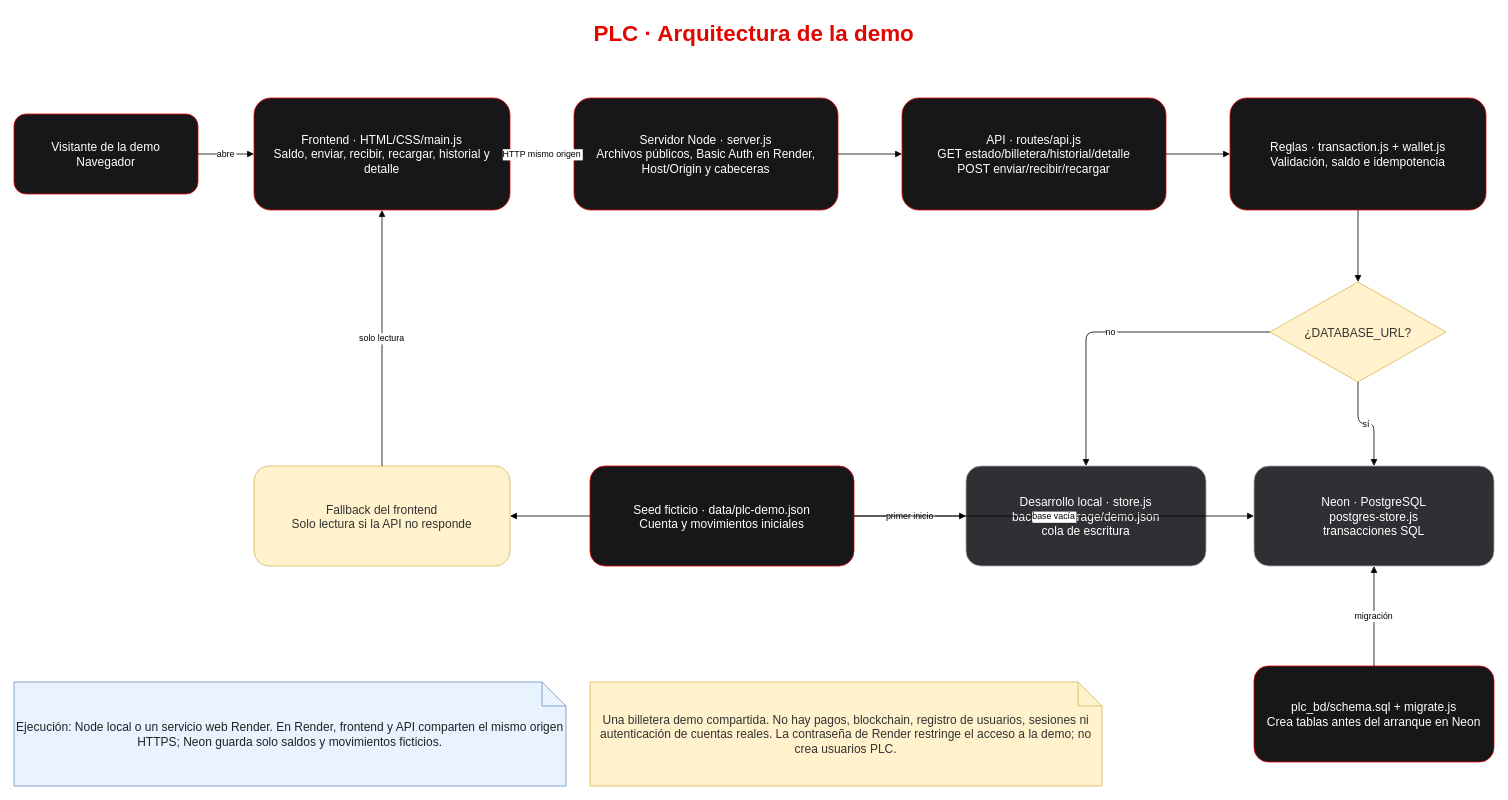
Above: docs/plc-arquitectura.drawio in ddepazos/plc (draw.io), before the change. Source tidied: cells renumbered, new cells numbered last; positions are measured from the earlier drawing's top-left corner, leaving out a move shared by most shapes. Both pictures are drawn from the tidied source at 80%, with x=0, y=0 at pixel (14, 14).
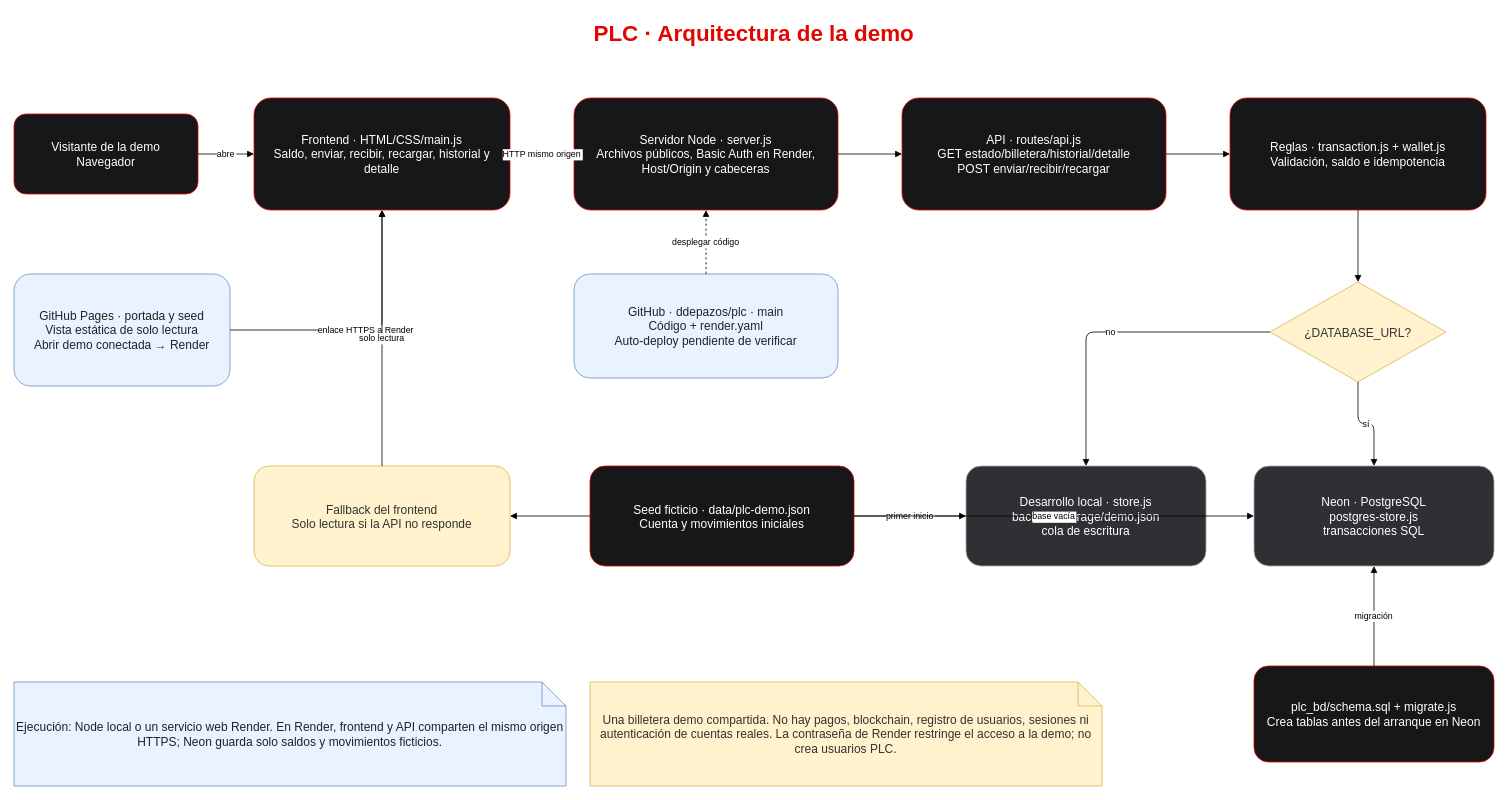
The same page after the edit.

Commit message (it also covers changes not shown here):
Link GitHub Pages to connected PLC demo and update hosting diagram

Unchanged cells that the change refers to:
```xml
<mxCell id="4" value="Frontend · HTML/CSS/main.js&#10;Saldo, enviar, recibir, recargar, historial y detalle" style="rounded=1;whiteSpace=wrap;html=0;fillColor=#171719;strokeColor=#E10600;fontColor=#FFFFFF;fontSize=15;" parent="1" vertex="1">
  <mxGeometry x="300" y="105" width="320" height="140" as="geometry" />
</mxCell>
<mxCell id="5" value="Servidor Node · server.js&#10;Archivos públicos, Basic Auth en Render, Host/Origin y cabeceras" style="rounded=1;whiteSpace=wrap;html=0;fillColor=#171719;strokeColor=#E10600;fontColor=#FFFFFF;fontSize=15;" parent="1" vertex="1">
  <mxGeometry x="700" y="105" width="330" height="140" as="geometry" />
</mxCell>
```

What changed in the source:
```diff
@@
+    <mxCell id="28" value="GitHub Pages · portada y seed&#10;Vista estática de solo lectura&#10;Abrir demo conectada → Render" style="rounded=1;whiteSpace=wrap;html=0;fillColor=#E8F3FF;strokeColor=#6C8EBF;fontColor=#222222;fontSize=15;" parent="1" vertex="1">
+      <mxGeometry y="325" width="270" height="140" as="geometry" />
+    </mxCell>
+    <mxCell id="29" value="GitHub · ddepazos/plc · main&#10;Código + render.yaml&#10;Auto-deploy pendiente de verificar" style="rounded=1;whiteSpace=wrap;html=0;fillColor=#E8F3FF;strokeColor=#6C8EBF;fontColor=#222222;fontSize=15;" parent="1" vertex="1">
+      <mxGeometry x="700" y="325" width="330" height="130" as="geometry" />
+    </mxCell>
+    <mxCell id="30" value="enlace HTTPS a Render" style="edgeStyle=orthogonalEdgeStyle;html=0;endArrow=block;" parent="1" edge="1" source="28" target="4">
+      <mxGeometry relative="1" as="geometry" />
+    </mxCell>
+    <mxCell id="31" value="desplegar código" style="edgeStyle=orthogonalEdgeStyle;html=0;endArrow=block;dashed=1;" parent="1" edge="1" source="29" target="5">
+      <mxGeometry relative="1" as="geometry" />
+    </mxCell>
```
